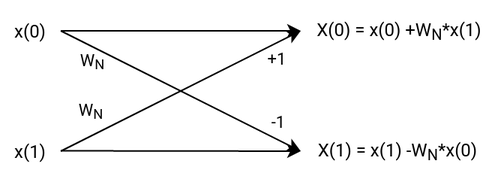
Above: src/imgs/dit_butterfly.png in K1llByte/master_thesis (draw.io), before the change. Source tidied: cells renumbered, new cells last; positions are measured from the earlier drawing's top-left corner, leaving out a move shared by most shapes. Its diagram source:
```xml
<mxGraphModel>
  <root>
    <mxCell id="0" />
    <mxCell id="1" parent="0" />
    <mxCell id="2" style="endArrow=classic;html=1;rounded=0;" parent="1" edge="1">
      <mxGeometry relative="1" as="geometry">
        <mxPoint x="40" y="20" as="sourcePoint" />
        <mxPoint x="200" y="20" as="targetPoint" />
      </mxGeometry>
    </mxCell>
    <mxCell id="3" value="&lt;div&gt;W&lt;sub&gt;N&lt;/sub&gt;&lt;/div&gt;" style="edgeLabel;html=1;align=center;verticalAlign=middle;" parent="2" vertex="1">
      <mxGeometry x="-0.52" y="-1" relative="1" as="geometry">
        <mxPoint x="-18" y="19" as="offset" />
      </mxGeometry>
    </mxCell>
    <mxCell id="4" style="endArrow=classic;html=1;rounded=0;" parent="1" edge="1">
      <mxGeometry relative="1" as="geometry">
        <mxPoint x="40" y="99.8" as="sourcePoint" />
        <mxPoint x="200" y="100" as="targetPoint" />
      </mxGeometry>
    </mxCell>
    <mxCell id="5" value="-1" style="edgeLabel;html=1;align=center;verticalAlign=middle;" parent="4" vertex="1">
      <mxGeometry x="0.65" y="-2" relative="1" as="geometry">
        <mxPoint x="13" y="-22" as="offset" />
      </mxGeometry>
    </mxCell>
    <mxCell id="6" value="X(0) = x(0) +W&lt;sub&gt;N&lt;/sub&gt;*x(1)" style="rounded=0;whiteSpace=wrap;html=1;fillColor=none;strokeColor=none;fontFamily=Comic Sans MS;" parent="1" vertex="1">
      <mxGeometry x="201" width="130" height="40" as="geometry" />
    </mxCell>
    <mxCell id="7" value="x(0)" style="rounded=0;whiteSpace=wrap;html=1;fillColor=none;strokeColor=none;" parent="1" vertex="1">
      <mxGeometry width="40" height="40" as="geometry" />
    </mxCell>
    <mxCell id="8" value="x(1)" style="rounded=0;whiteSpace=wrap;html=1;fillColor=none;strokeColor=none;" parent="1" vertex="1">
      <mxGeometry y="80" width="40" height="40" as="geometry" />
    </mxCell>
    <mxCell id="9" value="&lt;div&gt;X(1) = x(1) -W&lt;sub&gt;N&lt;/sub&gt;*x(0)&lt;br&gt;&lt;/div&gt;" style="rounded=0;whiteSpace=wrap;html=1;fillColor=none;strokeColor=none;" parent="1" vertex="1">
      <mxGeometry x="200" y="80" width="130" height="40" as="geometry" />
    </mxCell>
    <mxCell id="10" style="endArrow=classic;html=1;rounded=0;exitX=1;exitY=0.5;exitDx=0;exitDy=0;" parent="1" edge="1" source="8">
      <mxGeometry relative="1" as="geometry">
        <mxPoint x="200" y="20" as="targetPoint" />
      </mxGeometry>
    </mxCell>
    <mxCell id="11" style="endArrow=classic;html=1;rounded=0;exitX=1;exitY=0.5;exitDx=0;exitDy=0;entryX=0;entryY=0.5;entryDx=0;entryDy=0;" parent="1" edge="1" source="7" target="9">
      <mxGeometry relative="1" as="geometry" />
    </mxCell>
    <mxCell id="12" value="&lt;div&gt;W&lt;sub&gt;N&lt;/sub&gt;&lt;/div&gt;" style="edgeLabel;html=1;align=center;verticalAlign=middle;" parent="1" vertex="1">
      <mxGeometry x="60" y="73" as="geometry" />
    </mxCell>
    <mxCell id="13" value="+1" style="edgeLabel;html=1;align=center;verticalAlign=middle;" parent="1" vertex="1">
      <mxGeometry x="180" y="40" as="geometry">
        <mxPoint x="4" y="-2" as="offset" />
      </mxGeometry>
    </mxCell>
  </root>
</mxGraphModel>
```
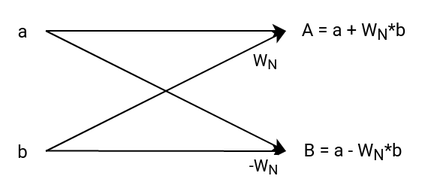
The same diagram one commit later.

The edit, as a diff of the source:
```diff
@@ -10,7 +10,7 @@
     </mxCell>
     <mxCell id="3" value="&lt;div&gt;W&lt;sub&gt;N&lt;/sub&gt;&lt;/div&gt;" style="edgeLabel;html=1;align=center;verticalAlign=middle;" parent="2" vertex="1">
       <mxGeometry x="-0.52" y="-1" relative="1" as="geometry">
-        <mxPoint x="-18" y="19" as="offset" />
+        <mxPoint x="107" y="19" as="offset" />
       </mxGeometry>
     </mxCell>
     <mxCell id="4" style="endArrow=classic;html=1;rounded=0;" parent="1" edge="1">
@@ -19,22 +19,17 @@
         <mxPoint x="200" y="100" as="targetPoint" />
       </mxGeometry>
     </mxCell>
-    <mxCell id="5" value="-1" style="edgeLabel;html=1;align=center;verticalAlign=middle;" parent="4" vertex="1">
-      <mxGeometry x="0.65" y="-2" relative="1" as="geometry">
-        <mxPoint x="13" y="-22" as="offset" />
-      </mxGeometry>
-    </mxCell>
-    <mxCell id="6" value="X(0) = x(0) +W&lt;sub&gt;N&lt;/sub&gt;*x(1)" style="rounded=0;whiteSpace=wrap;html=1;fillColor=none;strokeColor=none;fontFamily=Comic Sans MS;" parent="1" vertex="1">
-      <mxGeometry x="201" width="130" height="40" as="geometry" />
+    <mxCell id="6" value="A = a + W&lt;sub&gt;N&lt;/sub&gt;*b" style="rounded=0;whiteSpace=wrap;html=1;fillColor=none;strokeColor=none;fontFamily=Comic Sans MS;" parent="1" vertex="1">
+      <mxGeometry x="201" width="89" height="40" as="geometry" />
     </mxCell>
-    <mxCell id="7" value="x(0)" style="rounded=0;whiteSpace=wrap;html=1;fillColor=none;strokeColor=none;" parent="1" vertex="1">
-      <mxGeometry width="40" height="40" as="geometry" />
+    <mxCell id="7" value="a" style="rounded=0;whiteSpace=wrap;html=1;fillColor=none;strokeColor=none;" parent="1" vertex="1">
+      <mxGeometry x="10" width="30" height="40" as="geometry" />
     </mxCell>
-    <mxCell id="8" value="x(1)" style="rounded=0;whiteSpace=wrap;html=1;fillColor=none;strokeColor=none;" parent="1" vertex="1">
-      <mxGeometry y="80" width="40" height="40" as="geometry" />
+    <mxCell id="8" value="b" style="rounded=0;whiteSpace=wrap;html=1;fillColor=none;strokeColor=none;" parent="1" vertex="1">
+      <mxGeometry x="10" y="80" width="30" height="40" as="geometry" />
     </mxCell>
-    <mxCell id="9" value="&lt;div&gt;X(1) = x(1) -W&lt;sub&gt;N&lt;/sub&gt;*x(0)&lt;br&gt;&lt;/div&gt;" style="rounded=0;whiteSpace=wrap;html=1;fillColor=none;strokeColor=none;" parent="1" vertex="1">
-      <mxGeometry x="200" y="80" width="130" height="40" as="geometry" />
+    <mxCell id="9" value="&lt;div&gt;B = a - W&lt;sub&gt;N&lt;/sub&gt;*b&lt;br&gt;&lt;/div&gt;" style="rounded=0;whiteSpace=wrap;html=1;fillColor=none;strokeColor=none;" parent="1" vertex="1">
+      <mxGeometry x="200" y="80" width="90" height="40" as="geometry" />
     </mxCell>
     <mxCell id="10" style="endArrow=classic;html=1;rounded=0;exitX=1;exitY=0.5;exitDx=0;exitDy=0;" parent="1" edge="1" source="8">
       <mxGeometry relative="1" as="geometry">
@@ -44,13 +39,8 @@
     <mxCell id="11" style="endArrow=classic;html=1;rounded=0;exitX=1;exitY=0.5;exitDx=0;exitDy=0;entryX=0;entryY=0.5;entryDx=0;entryDy=0;" parent="1" edge="1" source="7" target="9">
       <mxGeometry relative="1" as="geometry" />
     </mxCell>
-    <mxCell id="12" value="&lt;div&gt;W&lt;sub&gt;N&lt;/sub&gt;&lt;/div&gt;" style="edgeLabel;html=1;align=center;verticalAlign=middle;" parent="1" vertex="1">
-      <mxGeometry x="60" y="73" as="geometry" />
+    <mxCell id="12" value="&lt;div&gt;-W&lt;sub&gt;N&lt;/sub&gt;&lt;/div&gt;" style="edgeLabel;html=1;align=center;verticalAlign=middle;" parent="1" vertex="1">
+      <mxGeometry x="185" y="110" as="geometry" />
     </mxCell>
-    <mxCell id="13" value="+1" style="edgeLabel;html=1;align=center;verticalAlign=middle;" parent="1" vertex="1">
-      <mxGeometry x="180" y="40" as="geometry">
-        <mxPoint x="4" y="-2" as="offset" />
-      </mxGeometry>
-    </mxCell>
   </root>
 </mxGraphModel>
```
